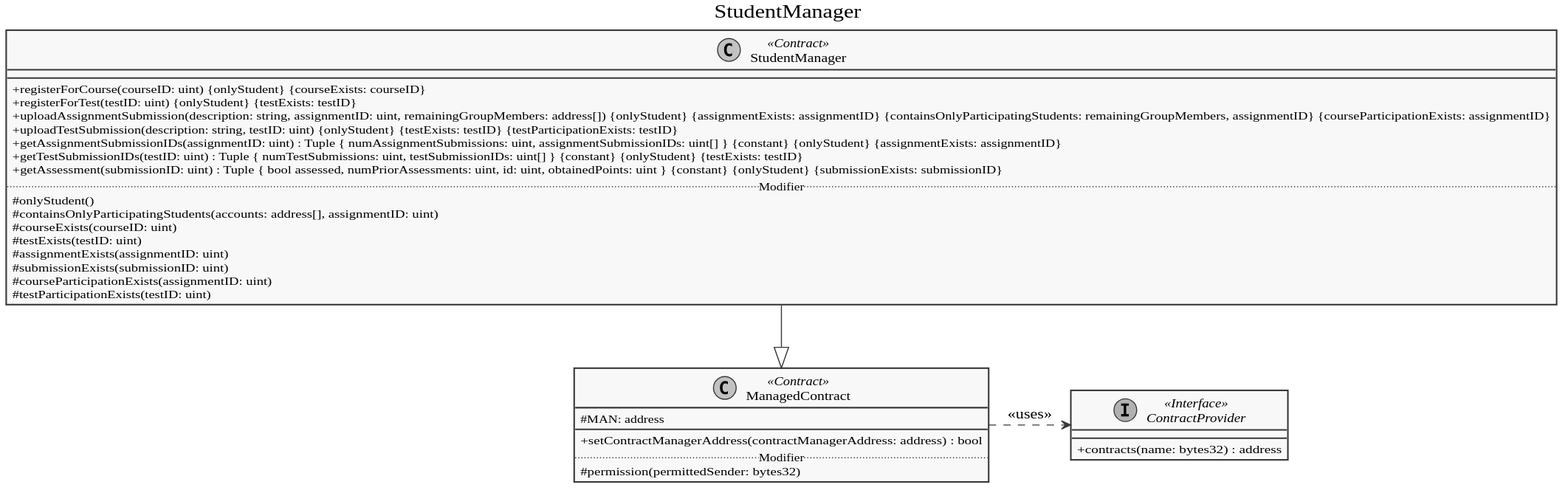
This is doc/diagrams/export/contracts/studentmanager.svg from dev-tee/blockpass, a PlantUML export, as it was before one commit. The source it was exported from:
```plantuml
@startuml


skinparam monochrome true
skinparam shadowing false
skinparam classAttributeIconSize 0
skinparam defaultFontName "Source Sans Pro Semibold"








title Owned

class Owned << Contract >> {
  +owner: address
  __
  +Owned()
  .. Modifier ..
  #onlyOwner()
}



title ContractProvider

interface ContractProvider << Interface >> {
  +contracts(name: bytes32) : address
}


title ContractManager

class ContractManager << Contract >> {
  +contracts: mapping {name: bytes32 => address}
  +addContract(contractName: bytes32, contractAddress: address) : bool {onlyOwner}
}

ContractManager -up-|> Owned

ContractManager .down.|> ContractProvider


title ManagedContract

class ManagedContract << Contract >> {
  #MAN: address
  __
  +setContractManagerAddress(contractManagerAddress: address) : bool
  .. Modifier ..
  #permission(permittedSender: bytes32)
}

ManagedContract .right.> ContractProvider : << uses >>
ManagedContract -up-> ContractManager

hide Owned


title StudentManager

class StudentManager << Contract >> {
  __
  +registerForCourse(courseID: uint) {onlyStudent} {courseExists: courseID}
  +registerForTest(testID: uint) {onlyStudent} {testExists: testID}
  +uploadAssignmentSubmission(description: string, assignmentID: uint, remainingGroupMembers: address[]) {onlyStudent} {assignmentExists: assignmentID} {containsOnlyParticipatingStudents: remainingGroupMembers, assignmentID} {courseParticipationExists: assignmentID}
  +uploadTestSubmission(description: string, testID: uint) {onlyStudent} {testExists: testID} {testParticipationExists: testID}
  +getAssignmentSubmissionIDs(assignmentID: uint) : Tuple { numAssignmentSubmissions: uint, assignmentSubmissionIDs: uint[] } {constant} {onlyStudent} {assignmentExists: assignmentID}
  +getTestSubmissionIDs(testID: uint) : Tuple { numTestSubmissions: uint, testSubmissionIDs: uint[] } {constant} {onlyStudent} {testExists: testID}
  +getAssessment(submissionID: uint) : Tuple { bool assessed, numPriorAssessments: uint, id: uint, obtainedPoints: uint } {constant} {onlyStudent} {submissionExists: submissionID}
  .. Modifier ..
  #onlyStudent()
  #containsOnlyParticipatingStudents(accounts: address[], assignmentID: uint)
  #courseExists(courseID: uint)
  #testExists(testID: uint)
  #assignmentExists(assignmentID: uint)
  #submissionExists(submissionID: uint)
  #courseParticipationExists(assignmentID: uint)
  #testParticipationExists(testID: uint)
}

StudentManager -down-|> ManagedContract

hide ContractManager

@enduml
```
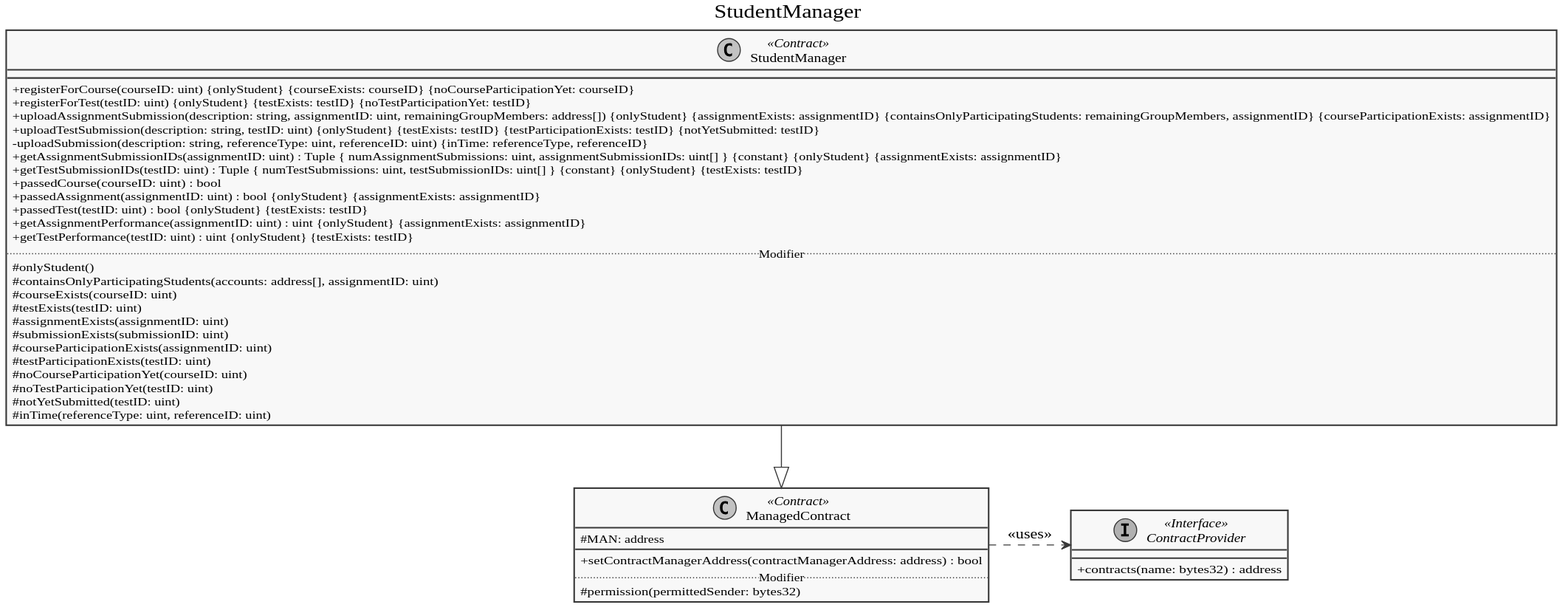
After the change.

Diff of the diagram source:
```diff
@@ -36,7 +36,7 @@
 
 class ContractManager << Contract >> {
   +contracts: mapping {name: bytes32 => address}
-  +addContract(contractName: bytes32, contractAddress: address) : bool {onlyOwner}
+  +setContract(contractName: bytes32, contractAddress: address) : bool {onlyOwner}
 }
 
 ContractManager -up-|> Owned
@@ -64,13 +64,18 @@
 
 class StudentManager << Contract >> {
   __
-  +registerForCourse(courseID: uint) {onlyStudent} {courseExists: courseID}
-  +registerForTest(testID: uint) {onlyStudent} {testExists: testID}
+  +registerForCourse(courseID: uint) {onlyStudent} {courseExists: courseID} {noCourseParticipationYet: courseID}
+  +registerForTest(testID: uint) {onlyStudent} {testExists: testID} {noTestParticipationYet: testID}
   +uploadAssignmentSubmission(description: string, assignmentID: uint, remainingGroupMembers: address[]) {onlyStudent} {assignmentExists: assignmentID} {containsOnlyParticipatingStudents: remainingGroupMembers, assignmentID} {courseParticipationExists: assignmentID}
-  +uploadTestSubmission(description: string, testID: uint) {onlyStudent} {testExists: testID} {testParticipationExists: testID}
+  +uploadTestSubmission(description: string, testID: uint) {onlyStudent} {testExists: testID} {testParticipationExists: testID} {notYetSubmitted: testID}
+  -uploadSubmission(description: string, referenceType: uint, referenceID: uint) {inTime: referenceType, referenceID}
   +getAssignmentSubmissionIDs(assignmentID: uint) : Tuple { numAssignmentSubmissions: uint, assignmentSubmissionIDs: uint[] } {constant} {onlyStudent} {assignmentExists: assignmentID}
   +getTestSubmissionIDs(testID: uint) : Tuple { numTestSubmissions: uint, testSubmissionIDs: uint[] } {constant} {onlyStudent} {testExists: testID}
-  +getAssessment(submissionID: uint) : Tuple { bool assessed, numPriorAssessments: uint, id: uint, obtainedPoints: uint } {constant} {onlyStudent} {submissionExists: submissionID}
+  +passedCourse(courseID: uint) : bool
+  +passedAssignment(assignmentID: uint) : bool {onlyStudent} {assignmentExists: assignmentID}
+  +passedTest(testID: uint) : bool {onlyStudent} {testExists: testID}
+  +getAssignmentPerformance(assignmentID: uint) : uint {onlyStudent} {assignmentExists: assignmentID}
+  +getTestPerformance(testID: uint) : uint {onlyStudent} {testExists: testID}
   .. Modifier ..
   #onlyStudent()
   #containsOnlyParticipatingStudents(accounts: address[], assignmentID: uint)
@@ -80,6 +85,10 @@
   #submissionExists(submissionID: uint)
   #courseParticipationExists(assignmentID: uint)
   #testParticipationExists(testID: uint)
+  #noCourseParticipationYet(courseID: uint)
+  #noTestParticipationYet(testID: uint)
+  #notYetSubmitted(testID: uint)
+  #inTime(referenceType: uint, referenceID: uint)
 }
 
 StudentManager -down-|> ManagedContract
```
